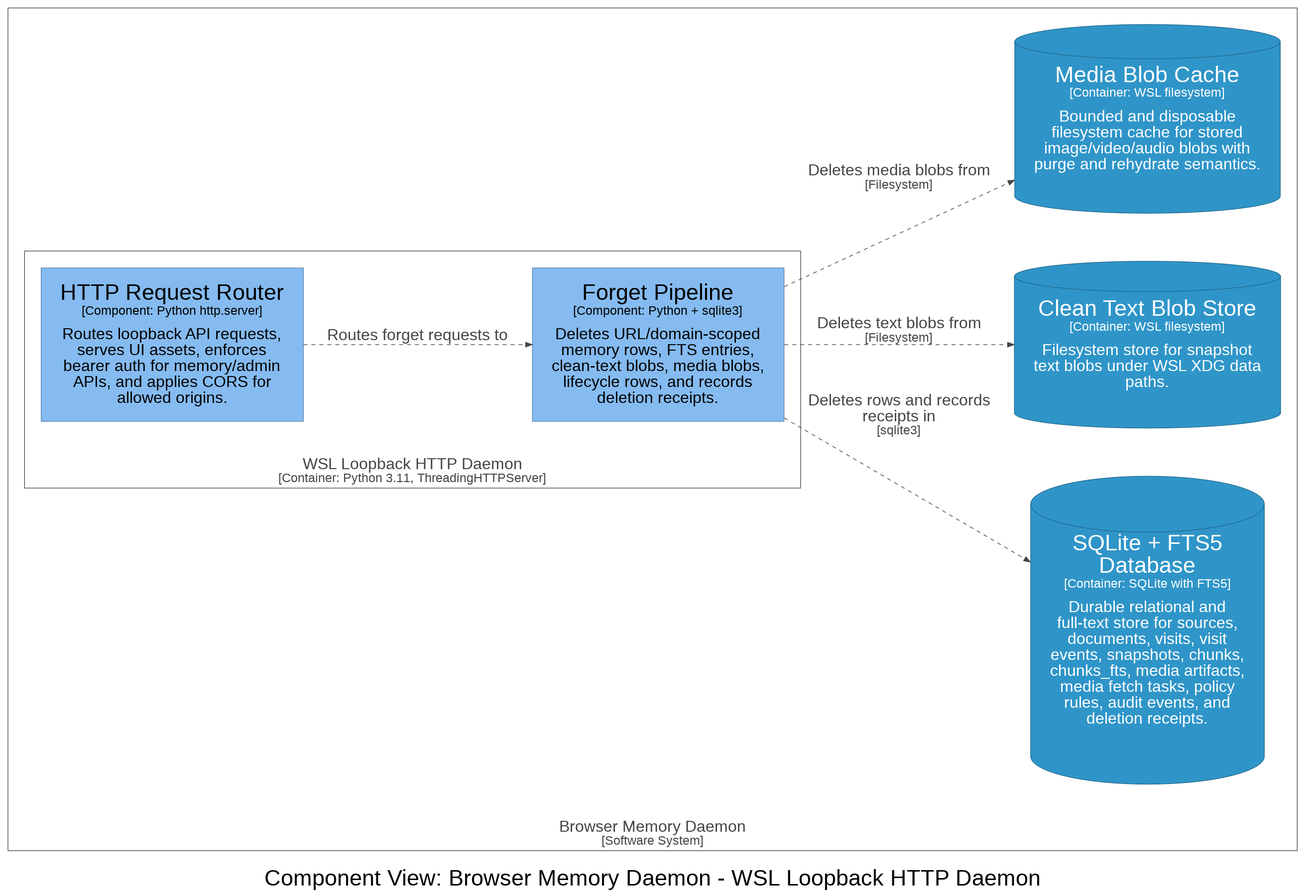
michaelnicks0/browser-memory-daemon keeps this Graphviz diagram as architecture/diagrams/dot-rendered/structurizr-DaemonForgetComponents.png. Above is the earlier version. Its source is kept beside it as architecture/diagrams/dot/structurizr-DaemonForgetComponents.dot.
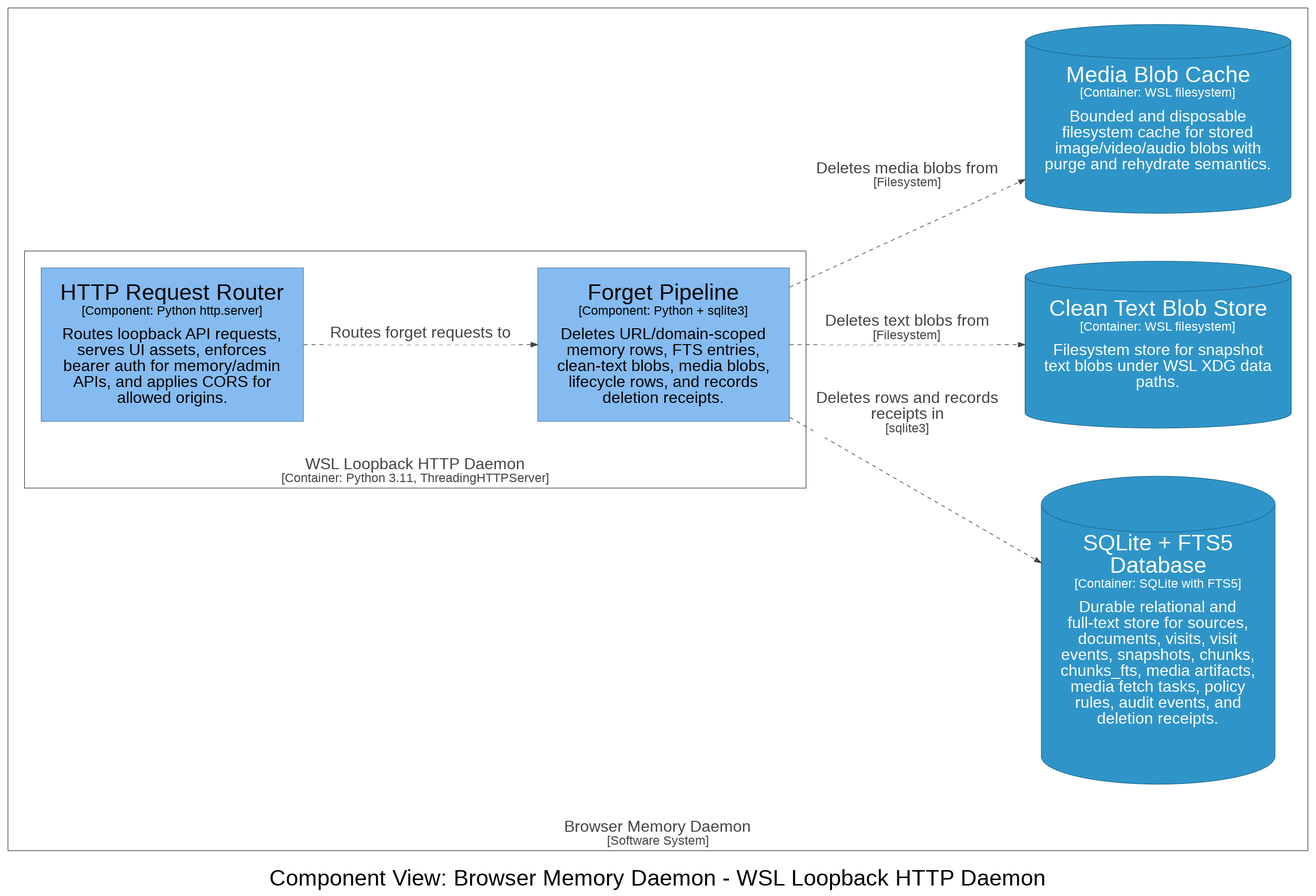
The same diagram one commit later.

Change to the diagram source:
```diff
@@ -30,9 +30,9 @@
     29 [id=29,shape=cylinder, label=<<font point-size="34">Media Blob Cache</font><br /><font point-size="19">[Container: WSL filesystem]</font><br /><br /><font point-size="24">Bounded and disposable<br />filesystem cache for stored<br />image/video/audio blobs with<br />purge and rehydrate semantics.</font>>, style=filled, color="#20688c", fillcolor="#2f95c8", fontcolor="#ffffff"]
   }
 
-  15 -> 22 [id=67, label=<<font point-size="24">Routes forget requests to</font>>, style="dashed", color="#444444", fontcolor="#444444"]
-  22 -> 27 [id=79, label=<<font point-size="24">Deletes rows and records<br />receipts in</font><br /><font point-size="19">[sqlite3]</font>>, style="dashed", color="#444444", fontcolor="#444444"]
-  22 -> 28 [id=80, label=<<font point-size="24">Deletes text blobs from</font><br /><font point-size="19">[Filesystem]</font>>, style="dashed", color="#444444", fontcolor="#444444"]
-  22 -> 29 [id=81, label=<<font point-size="24">Deletes media blobs from</font><br /><font point-size="19">[Filesystem]</font>>, style="dashed", color="#444444", fontcolor="#444444"]
+  15 -> 22 [id=67, label=<<TABLE BORDER="0" CELLBORDER="0" CELLSPACING="0" CELLPADDING="4" BGCOLOR="white"><TR><TD><font point-size="24">Routes forget requests to</font></TD></TR></TABLE>>, style="dashed", color="#444444", fontcolor="#444444"]
+  22 -> 27 [id=79, label=<<TABLE BORDER="0" CELLBORDER="0" CELLSPACING="0" CELLPADDING="4" BGCOLOR="white"><TR><TD><font point-size="24">Deletes rows and records<br />receipts in</font><br /><font point-size="19">[sqlite3]</font></TD></TR></TABLE>>, style="dashed", color="#444444", fontcolor="#444444"]
+  22 -> 28 [id=80, label=<<TABLE BORDER="0" CELLBORDER="0" CELLSPACING="0" CELLPADDING="4" BGCOLOR="white"><TR><TD><font point-size="24">Deletes text blobs from</font><br /><font point-size="19">[Filesystem]</font></TD></TR></TABLE>>, style="dashed", color="#444444", fontcolor="#444444"]
+  22 -> 29 [id=81, label=<<TABLE BORDER="0" CELLBORDER="0" CELLSPACING="0" CELLPADDING="4" BGCOLOR="white"><TR><TD><font point-size="24">Deletes media blobs from</font><br /><font point-size="19">[Filesystem]</font></TD></TR></TABLE>>, style="dashed", color="#444444", fontcolor="#444444"]
 
 }
```
